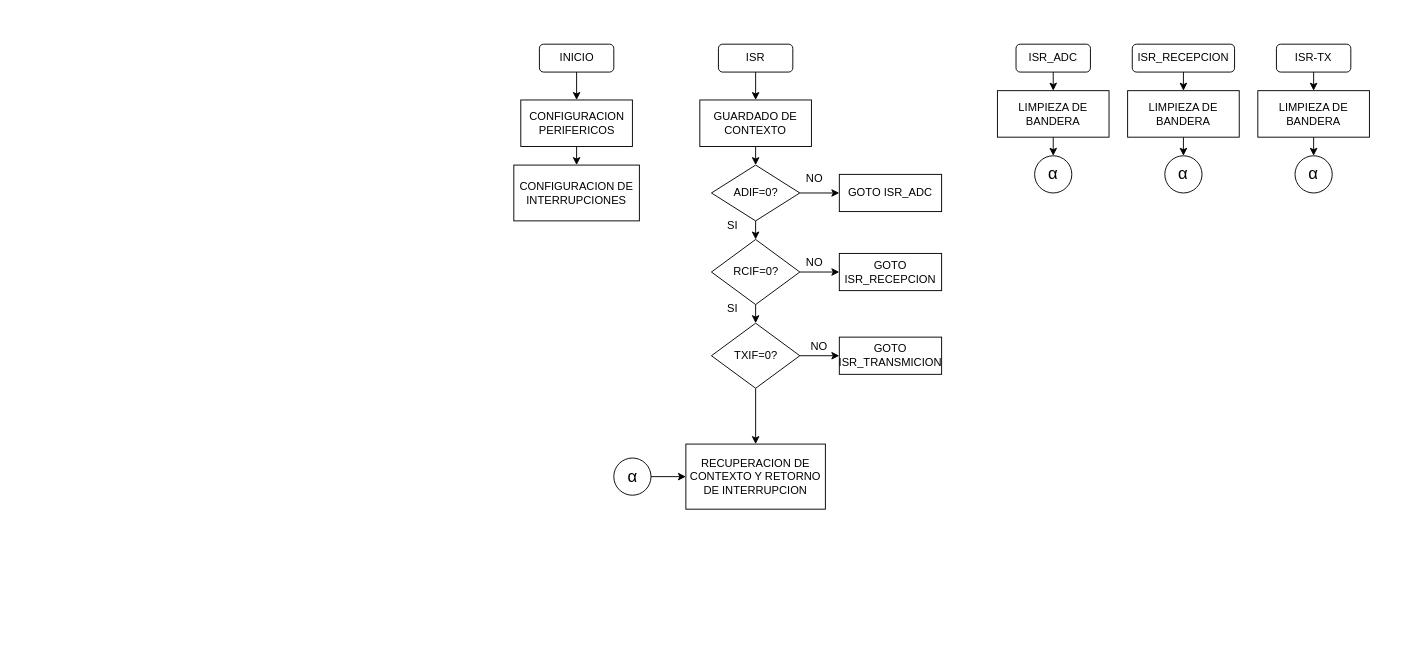
Above: diagrama_flujo.drawio in nicopinera/elec_dig_2 (draw.io), before the change. Source tidied: cells renumbered, new cells numbered last; positions are measured from the earlier drawing's top-left corner, leaving out a move shared by most shapes. Both pictures are drawn from the tidied source at 93%, with x=0, y=0 at pixel (513, 44).
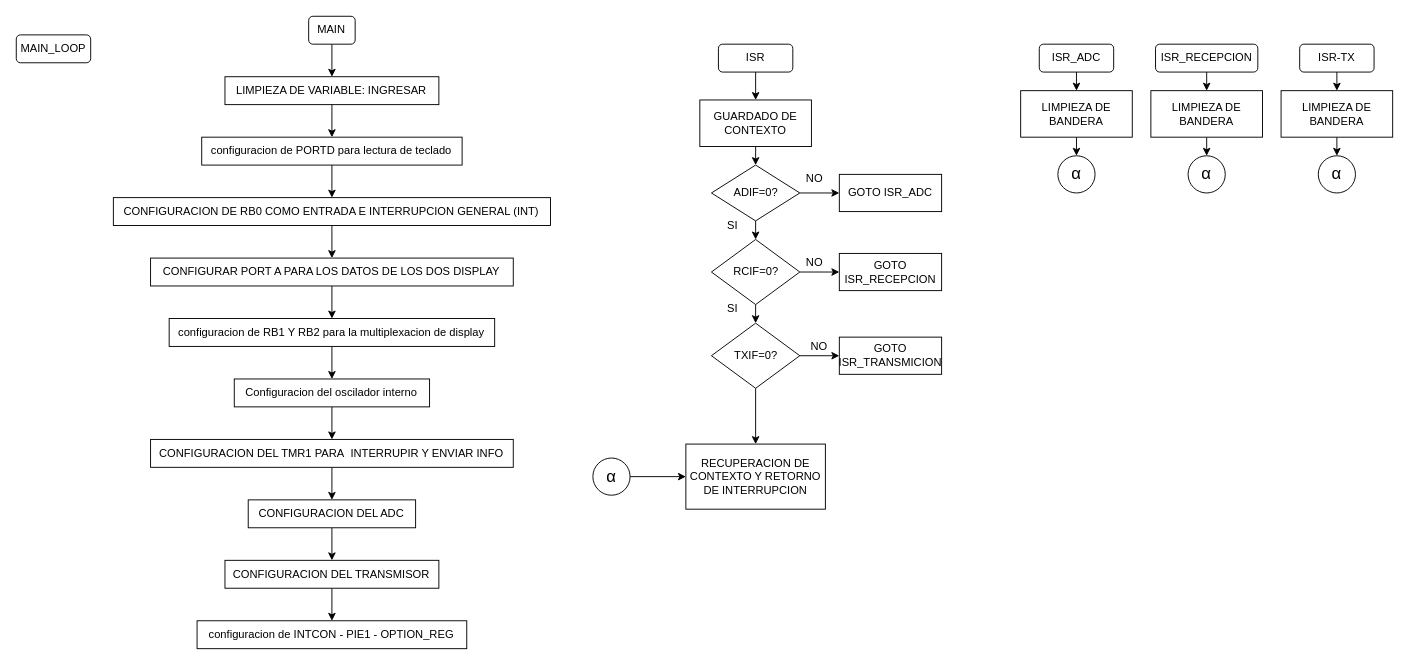
The same diagram, later.

Commit message (it also covers changes not shown here):
mejora del diagrama de flujo parte MAIN, implementacion en codigo asm

The edit, as a diff of the source:
```diff
@@
-    <mxCell id="2" style="edgeStyle=none;html=1;entryX=0.5;entryY=0;entryDx=0;entryDy=0;" parent="1" edge="1" source="3" target="4">
-      <mxGeometry relative="1" as="geometry" />
-    </mxCell>
-    <mxCell id="3" value="CONFIGURACION PERIFERICOS" style="rounded=0;whiteSpace=wrap;html=1;" parent="1" vertex="1">
-      <mxGeometry x="7.5" y="60" width="120" height="50" as="geometry" />
-    </mxCell>
-    <mxCell id="4" value="CONFIGURACION DE INTERRUPCIONES" style="rounded=0;whiteSpace=wrap;html=1;" parent="1" vertex="1">
-      <mxGeometry y="130" width="135" height="60" as="geometry" />
-    </mxCell>
-    <mxCell id="5" style="edgeStyle=none;html=1;exitX=0.5;exitY=1;exitDx=0;exitDy=0;entryX=0.5;entryY=0;entryDx=0;entryDy=0;" parent="1" edge="1" source="6" target="3">
-      <mxGeometry relative="1" as="geometry" />
-    </mxCell>
-    <mxCell id="6" value="INICIO" style="rounded=1;whiteSpace=wrap;html=1;" parent="1" vertex="1">
-      <mxGeometry x="27.5" width="80" height="30" as="geometry" />
-    </mxCell>
@@
     <mxCell id="30" value="&lt;span style=&quot;color: rgb(0, 0, 0);&quot;&gt;ISR_ADC&lt;/span&gt;" style="rounded=1;whiteSpace=wrap;html=1;" parent="1" vertex="1">
-      <mxGeometry x="540" width="80" height="30" as="geometry" />
+      <mxGeometry x="565" width="80" height="30" as="geometry" />
     </mxCell>
@@
     <mxCell id="32" value="LIMPIEZA DE BANDERA" style="rounded=0;whiteSpace=wrap;html=1;" parent="1" vertex="1">
-      <mxGeometry x="520" y="50" width="120" height="50" as="geometry" />
+      <mxGeometry x="545" y="50" width="120" height="50" as="geometry" />
     </mxCell>
     <mxCell id="33" value="&lt;span style=&quot;font-family: &amp;quot;Google Sans&amp;quot;, Arial, sans-serif; font-size: 18px; text-align: start;&quot;&gt;&lt;font style=&quot;color: rgb(0, 0, 0);&quot;&gt;α&lt;/font&gt;&lt;/span&gt;" style="ellipse;whiteSpace=wrap;html=1;" parent="1" vertex="1">
-      <mxGeometry x="560" y="120" width="40" height="40" as="geometry" />
+      <mxGeometry x="585" y="120" width="40" height="40" as="geometry" />
     </mxCell>
@@
     <mxCell id="35" value="&lt;span style=&quot;font-family: &amp;quot;Google Sans&amp;quot;, Arial, sans-serif; font-size: 18px; text-align: start;&quot;&gt;&lt;font style=&quot;color: rgb(0, 0, 0);&quot;&gt;α&lt;/font&gt;&lt;/span&gt;" style="ellipse;whiteSpace=wrap;html=1;" parent="1" vertex="1">
-      <mxGeometry x="107.5" y="445" width="40" height="40" as="geometry" />
+      <mxGeometry x="85" y="445" width="40" height="40" as="geometry" />
     </mxCell>
@@
     <mxCell id="37" value="ISR_RECEPCION" style="rounded=1;whiteSpace=wrap;html=1;" parent="1" vertex="1">
-      <mxGeometry x="665" width="110" height="30" as="geometry" />
+      <mxGeometry x="690" width="110" height="30" as="geometry" />
     </mxCell>
@@
     <mxCell id="39" value="LIMPIEZA DE BANDERA" style="rounded=0;whiteSpace=wrap;html=1;" parent="1" vertex="1">
-      <mxGeometry x="660" y="50" width="120" height="50" as="geometry" />
+      <mxGeometry x="685" y="50" width="120" height="50" as="geometry" />
     </mxCell>
     <mxCell id="40" value="&lt;span style=&quot;font-family: &amp;quot;Google Sans&amp;quot;, Arial, sans-serif; font-size: 18px; text-align: start;&quot;&gt;&lt;font style=&quot;color: rgb(0, 0, 0);&quot;&gt;α&lt;/font&gt;&lt;/span&gt;" style="ellipse;whiteSpace=wrap;html=1;" parent="1" vertex="1">
-      <mxGeometry x="700" y="120" width="40" height="40" as="geometry" />
+      <mxGeometry x="725" y="120" width="40" height="40" as="geometry" />
     </mxCell>
@@
     <mxCell id="42" value="ISR-TX" style="rounded=1;whiteSpace=wrap;html=1;" parent="1" vertex="1">
-      <mxGeometry x="820" width="80" height="30" as="geometry" />
+      <mxGeometry x="845" width="80" height="30" as="geometry" />
     </mxCell>
@@
     <mxCell id="44" value="LIMPIEZA DE BANDERA" style="rounded=0;whiteSpace=wrap;html=1;" parent="1" vertex="1">
-      <mxGeometry x="800" y="50" width="120" height="50" as="geometry" />
+      <mxGeometry x="825" y="50" width="120" height="50" as="geometry" />
     </mxCell>
     <mxCell id="45" value="&lt;span style=&quot;font-family: &amp;quot;Google Sans&amp;quot;, Arial, sans-serif; font-size: 18px; text-align: start;&quot;&gt;&lt;font style=&quot;color: rgb(0, 0, 0);&quot;&gt;α&lt;/font&gt;&lt;/span&gt;" style="ellipse;whiteSpace=wrap;html=1;" parent="1" vertex="1">
-      <mxGeometry x="840" y="120" width="40" height="40" as="geometry" />
+      <mxGeometry x="865" y="120" width="40" height="40" as="geometry" />
     </mxCell>
+    <mxCell id="46" value="MAIN_LOOP" style="rounded=1;whiteSpace=wrap;html=1;" parent="1" vertex="1">
+      <mxGeometry x="-535" y="-10" width="80" height="30" as="geometry" />
+    </mxCell>
+    <mxCell id="47" style="group;" parent="1" vertex="1">
+      <mxGeometry x="-430.6" y="-30" width="470" height="680" as="geometry" />
+    </mxCell>
+    <mxCell id="48" style="edgeStyle=none;html=1;exitX=0.5;exitY=1;exitDx=0;exitDy=0;entryX=0.5;entryY=0;entryDx=0;entryDy=0;" parent="47" edge="1" source="3" target="51">
+      <mxGeometry relative="1" as="geometry" />
+    </mxCell>
+    <mxCell id="3" value="configuracion de PORTD para lectura de teclado" style="rounded=0;whiteSpace=wrap;html=1;" parent="47" vertex="1">
+      <mxGeometry x="95" y="130" width="280" height="30" as="geometry" />
+    </mxCell>
+    <mxCell id="49" style="edgeStyle=none;html=1;exitX=0.5;exitY=1;exitDx=0;exitDy=0;entryX=0.5;entryY=0;entryDx=0;entryDy=0;" parent="47" edge="1" source="6" target="64">
+      <mxGeometry relative="1" as="geometry" />
+    </mxCell>
+    <mxCell id="6" value="MAIN" style="rounded=1;whiteSpace=wrap;html=1;" parent="47" vertex="1">
+      <mxGeometry x="210" width="50" height="30" as="geometry" />
+    </mxCell>
+    <mxCell id="50" style="edgeStyle=none;html=1;exitX=0.5;exitY=1;exitDx=0;exitDy=0;entryX=0.5;entryY=0;entryDx=0;entryDy=0;" parent="47" edge="1" source="51" target="59">
+      <mxGeometry relative="1" as="geometry" />
+    </mxCell>
+    <mxCell id="51" value="CONFIGURACION DE RB0 COMO ENTRADA E INTERRUPCION GENERAL (INT)" style="rounded=0;whiteSpace=wrap;html=1;" parent="47" vertex="1">
+      <mxGeometry y="195" width="470" height="30" as="geometry" />
+    </mxCell>
+    <mxCell id="52" style="edgeStyle=none;html=1;exitX=0.5;exitY=1;exitDx=0;exitDy=0;entryX=0.5;entryY=0;entryDx=0;entryDy=0;" parent="47" edge="1" source="53" target="55">
+      <mxGeometry relative="1" as="geometry" />
+    </mxCell>
+    <mxCell id="53" value="CONFIGURACION DEL TMR1 PARA&amp;nbsp; INTERRUPIR Y ENVIAR INFO" style="rounded=0;whiteSpace=wrap;html=1;" parent="47" vertex="1">
+      <mxGeometry x="40" y="455" width="390" height="30" as="geometry" />
+    </mxCell>
+    <mxCell id="54" style="edgeStyle=none;html=1;exitX=0.5;exitY=1;exitDx=0;exitDy=0;entryX=0.5;entryY=0;entryDx=0;entryDy=0;" parent="47" edge="1" source="55" target="57">
+      <mxGeometry relative="1" as="geometry" />
+    </mxCell>
+    <mxCell id="55" value="CONFIGURACION DEL ADC" style="rounded=0;whiteSpace=wrap;html=1;" parent="47" vertex="1">
+      <mxGeometry x="145" y="520" width="180" height="30" as="geometry" />
+    </mxCell>
+    <mxCell id="56" style="edgeStyle=none;html=1;exitX=0.5;exitY=1;exitDx=0;exitDy=0;entryX=0.5;entryY=0;entryDx=0;entryDy=0;" parent="47" edge="1" source="57" target="62">
+      <mxGeometry relative="1" as="geometry" />
+    </mxCell>
+    <mxCell id="57" value="CONFIGURACION DEL TRANSMISOR" style="rounded=0;whiteSpace=wrap;html=1;" parent="47" vertex="1">
+      <mxGeometry x="120" y="585" width="230" height="30" as="geometry" />
+    </mxCell>
+    <mxCell id="58" style="edgeStyle=none;html=1;exitX=0.5;exitY=1;exitDx=0;exitDy=0;entryX=0.5;entryY=0;entryDx=0;entryDy=0;" parent="47" edge="1" source="59" target="61">
+      <mxGeometry relative="1" as="geometry" />
+    </mxCell>
+    <mxCell id="59" value="CONFIGURAR PORT A PARA LOS DATOS DE LOS DOS DISPLAY" style="rounded=0;whiteSpace=wrap;html=1;" parent="47" vertex="1">
+      <mxGeometry x="40" y="260" width="390" height="30" as="geometry" />
+    </mxCell>
+    <mxCell id="60" style="edgeStyle=none;html=1;exitX=0.5;exitY=1;exitDx=0;exitDy=0;entryX=0.5;entryY=0;entryDx=0;entryDy=0;" parent="47" edge="1" source="61" target="66">
+      <mxGeometry relative="1" as="geometry" />
+    </mxCell>
+    <mxCell id="61" value="configuracion de RB1 Y RB2 para la multiplexacion de display" style="rounded=0;whiteSpace=wrap;html=1;" parent="47" vertex="1">
+      <mxGeometry x="60" y="325" width="350" height="30" as="geometry" />
+    </mxCell>
+    <mxCell id="62" value="configuracion de INTCON - PIE1 - OPTION_REG" style="rounded=0;whiteSpace=wrap;html=1;" parent="47" vertex="1">
+      <mxGeometry x="90" y="650" width="290" height="30" as="geometry" />
+    </mxCell>
+    <mxCell id="63" style="edgeStyle=none;html=1;exitX=0.5;exitY=1;exitDx=0;exitDy=0;entryX=0.5;entryY=0;entryDx=0;entryDy=0;" parent="47" edge="1" source="64" target="3">
+      <mxGeometry relative="1" as="geometry" />
+    </mxCell>
+    <mxCell id="64" value="LIMPIEZA DE VARIABLE: INGRESAR" style="rounded=0;whiteSpace=wrap;html=1;" parent="47" vertex="1">
+      <mxGeometry x="120" y="65" width="230" height="30" as="geometry" />
+    </mxCell>
+    <mxCell id="65" style="edgeStyle=none;html=1;exitX=0.5;exitY=1;exitDx=0;exitDy=0;entryX=0.5;entryY=0;entryDx=0;entryDy=0;" parent="47" edge="1" source="66" target="53">
+      <mxGeometry relative="1" as="geometry" />
+    </mxCell>
+    <mxCell id="66" value="Configuracion del oscilador interno" style="whiteSpace=wrap;html=1;" parent="47" vertex="1">
+      <mxGeometry x="130" y="390" width="210" height="30" as="geometry" />
+    </mxCell>
```
